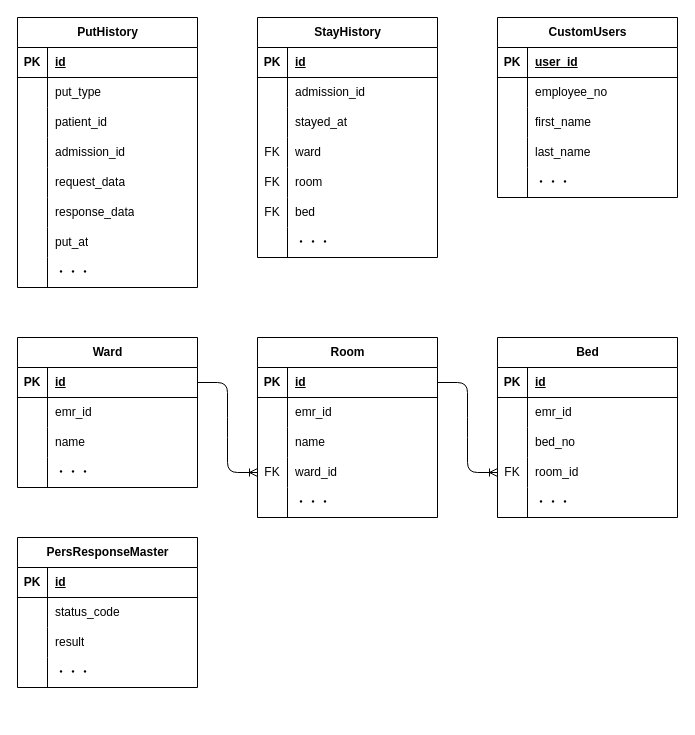
Above: docs/er.dio in yuto-okamura/PERS_api_services (draw.io), before the change. Source tidied: cells renumbered, new cells numbered last; positions are measured from the earlier drawing's top-left corner, leaving out a move shared by most shapes. Both pictures are drawn from the tidied source at 100%, with x=0, y=0 at pixel (17, 17).
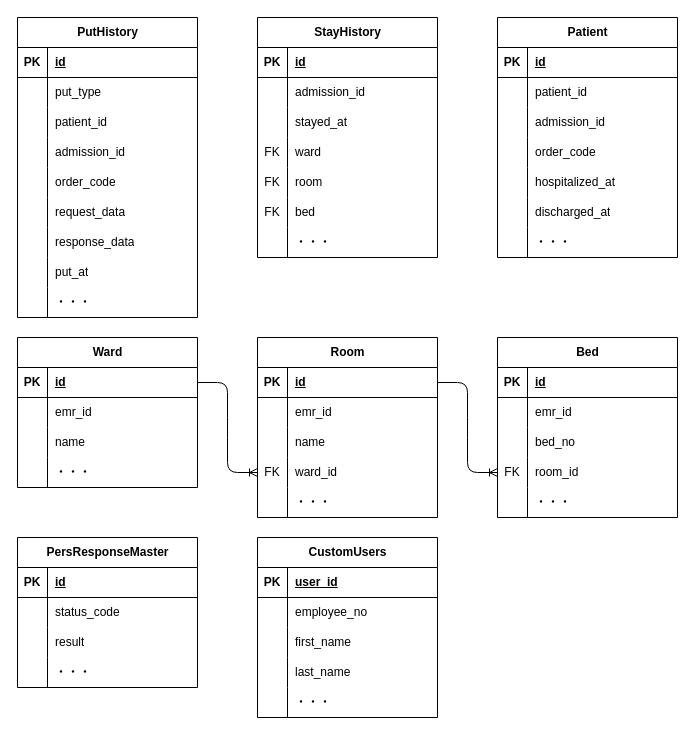
Above is the later version.

The change refers to these unchanged cells:
```xml
<mxCell id="15" style="shape=tableRow;horizontal=0;startSize=0;swimlaneHead=0;swimlaneBody=0;fillColor=none;top=0;left=0;right=0;bottom=0;" parent="2" vertex="1">
  <mxGeometry y="150" width="180" height="30" as="geometry" />
</mxCell>
<mxCell id="18" style="shape=tableRow;horizontal=0;startSize=0;swimlaneHead=0;swimlaneBody=0;fillColor=none;top=0;left=0;right=0;bottom=0;" parent="2" vertex="1">
  <mxGeometry y="180" width="180" height="30" as="geometry" />
</mxCell>
<mxCell id="21" style="shape=tableRow;horizontal=0;startSize=0;swimlaneHead=0;swimlaneBody=0;fillColor=none;top=0;left=0;right=0;bottom=0;" parent="2" vertex="1">
  <mxGeometry y="210" width="180" height="30" as="geometry" />
</mxCell>
<mxCell id="24" style="shape=tableRow;horizontal=0;startSize=0;swimlaneHead=0;swimlaneBody=0;fillColor=none;top=0;left=0;right=0;bottom=0;" parent="2" vertex="1">
  <mxGeometry y="240" width="180" height="30" as="geometry" />
</mxCell>
```

The edit, as a diff of the source:
```diff
@@
     <mxCell id="2" value="PutHistory" style="shape=table;startSize=30;childLayout=tableLayout;rowLines=0;fontStyle=1;align=center;html=1;" parent="1" vertex="1">
-      <mxGeometry width="180" height="270" as="geometry" />
+      <mxGeometry width="180" height="300" as="geometry" />
     </mxCell>
@@
-    <mxCell id="17" value="request_data" style="shape=partialRectangle;fillColor=none;top=0;left=0;bottom=0;right=0;align=left;spacingLeft=6;overflow=hidden;whiteSpace=wrap;html=1;" parent="15" vertex="1">
+    <mxCell id="17" value="order_code" style="shape=partialRectangle;fillColor=none;top=0;left=0;bottom=0;right=0;align=left;spacingLeft=6;overflow=hidden;whiteSpace=wrap;html=1;" parent="15" vertex="1">
       <mxGeometry x="30" width="150" height="30" as="geometry" />
     </mxCell>
@@
-    <mxCell id="20" value="response_data" style="shape=partialRectangle;fillColor=none;top=0;left=0;bottom=0;right=0;align=left;spacingLeft=6;overflow=hidden;whiteSpace=wrap;html=1;" parent="18" vertex="1">
+    <mxCell id="20" value="request_data" style="shape=partialRectangle;fillColor=none;top=0;left=0;bottom=0;right=0;align=left;spacingLeft=6;overflow=hidden;whiteSpace=wrap;html=1;" parent="18" vertex="1">
       <mxGeometry x="30" width="150" height="30" as="geometry" />
     </mxCell>
@@
-    <mxCell id="23" value="put_at" style="shape=partialRectangle;fillColor=none;top=0;left=0;bottom=0;right=0;align=left;spacingLeft=6;overflow=hidden;whiteSpace=wrap;html=1;" parent="21" vertex="1">
+    <mxCell id="23" value="response_data" style="shape=partialRectangle;fillColor=none;top=0;left=0;bottom=0;right=0;align=left;spacingLeft=6;overflow=hidden;whiteSpace=wrap;html=1;" parent="21" vertex="1">
       <mxGeometry x="30" width="150" height="30" as="geometry" />
     </mxCell>
@@
-    <mxCell id="26" value="・・・" style="shape=partialRectangle;fillColor=none;top=0;left=0;bottom=0;right=0;align=left;spacingLeft=6;overflow=hidden;whiteSpace=wrap;html=1;" parent="24" vertex="1">
+    <mxCell id="26" value="put_at" style="shape=partialRectangle;fillColor=none;top=0;left=0;bottom=0;right=0;align=left;spacingLeft=6;overflow=hidden;whiteSpace=wrap;html=1;" parent="24" vertex="1">
       <mxGeometry x="30" width="150" height="30" as="geometry" />
     </mxCell>
+    <mxCell id="125" style="shape=tableRow;horizontal=0;startSize=0;swimlaneHead=0;swimlaneBody=0;fillColor=none;top=0;left=0;right=0;bottom=0;" parent="2" vertex="1">
+      <mxGeometry y="270" width="180" height="30" as="geometry" />
+    </mxCell>
+    <mxCell id="126" style="shape=partialRectangle;fillColor=none;top=0;left=0;bottom=0;right=0;overflow=hidden;whiteSpace=wrap;html=1;" parent="125" vertex="1">
+      <mxGeometry width="30" height="30" as="geometry" />
+    </mxCell>
+    <mxCell id="127" value="・・・" style="shape=partialRectangle;fillColor=none;top=0;left=0;bottom=0;right=0;align=left;spacingLeft=6;overflow=hidden;whiteSpace=wrap;html=1;" parent="125" vertex="1">
+      <mxGeometry x="30" width="150" height="30" as="geometry" />
+    </mxCell>
@@
     <mxCell id="49" value="CustomUsers" style="shape=table;startSize=30;childLayout=tableLayout;rowLines=0;fontStyle=1;align=center;html=1;" parent="1" vertex="1">
-      <mxGeometry x="480" width="180" height="180" as="geometry" />
+      <mxGeometry x="240" y="520" width="180" height="180" as="geometry" />
     </mxCell>
@@
+    <mxCell id="128" value="Patient" style="shape=table;startSize=30;childLayout=tableLayout;rowLines=0;fontStyle=1;align=center;html=1;" parent="1" vertex="1">
+      <mxGeometry x="480" width="180" height="240" as="geometry" />
+    </mxCell>
+    <mxCell id="129" style="shape=tableRow;horizontal=0;startSize=0;swimlaneHead=0;swimlaneBody=0;fillColor=none;top=0;left=0;right=0;bottom=1;" parent="128" vertex="1">
+      <mxGeometry y="30" width="180" height="30" as="geometry" />
+    </mxCell>
+    <mxCell id="130" value="PK" style="shape=partialRectangle;fillColor=none;top=0;left=0;bottom=0;right=0;fontStyle=1;overflow=hidden;whiteSpace=wrap;html=1;" parent="129" vertex="1">
+      <mxGeometry width="30" height="30" as="geometry" />
+    </mxCell>
+    <mxCell id="131" value="id" style="shape=partialRectangle;fillColor=none;top=0;left=0;bottom=0;right=0;align=left;spacingLeft=6;fontStyle=5;overflow=hidden;whiteSpace=wrap;html=1;" parent="129" vertex="1">
+      <mxGeometry x="30" width="150" height="30" as="geometry" />
+    </mxCell>
+    <mxCell id="132" style="shape=tableRow;horizontal=0;startSize=0;swimlaneHead=0;swimlaneBody=0;fillColor=none;top=0;left=0;right=0;bottom=0;" parent="128" vertex="1">
+      <mxGeometry y="60" width="180" height="30" as="geometry" />
+    </mxCell>
+    <mxCell id="133" style="shape=partialRectangle;fillColor=none;top=0;left=0;bottom=0;right=0;overflow=hidden;whiteSpace=wrap;html=1;" parent="132" vertex="1">
+      <mxGeometry width="30" height="30" as="geometry" />
+    </mxCell>
+    <mxCell id="134" value="patient_id" style="shape=partialRectangle;fillColor=none;top=0;left=0;bottom=0;right=0;align=left;spacingLeft=6;overflow=hidden;whiteSpace=wrap;html=1;" parent="132" vertex="1">
+      <mxGeometry x="30" width="150" height="30" as="geometry" />
+    </mxCell>
+    <mxCell id="135" style="shape=tableRow;horizontal=0;startSize=0;swimlaneHead=0;swimlaneBody=0;fillColor=none;top=0;left=0;right=0;bottom=0;" parent="128" vertex="1">
+      <mxGeometry y="90" width="180" height="30" as="geometry" />
+    </mxCell>
+    <mxCell id="136" style="shape=partialRectangle;fillColor=none;top=0;left=0;bottom=0;right=0;overflow=hidden;whiteSpace=wrap;html=1;" parent="135" vertex="1">
+      <mxGeometry width="30" height="30" as="geometry" />
+    </mxCell>
+    <mxCell id="137" value="admission_id" style="shape=partialRectangle;fillColor=none;top=0;left=0;bottom=0;right=0;align=left;spacingLeft=6;overflow=hidden;whiteSpace=wrap;html=1;" parent="135" vertex="1">
+      <mxGeometry x="30" width="150" height="30" as="geometry" />
+    </mxCell>
+    <mxCell id="138" style="shape=tableRow;horizontal=0;startSize=0;swimlaneHead=0;swimlaneBody=0;fillColor=none;top=0;left=0;right=0;bottom=0;" parent="128" vertex="1">
+      <mxGeometry y="120" width="180" height="30" as="geometry" />
+    </mxCell>
+    <mxCell id="139" style="shape=partialRectangle;fillColor=none;top=0;left=0;bottom=0;right=0;overflow=hidden;whiteSpace=wrap;html=1;" parent="138" vertex="1">
+      <mxGeometry width="30" height="30" as="geometry" />
+    </mxCell>
+    <mxCell id="140" value="order_code" style="shape=partialRectangle;fillColor=none;top=0;left=0;bottom=0;right=0;align=left;spacingLeft=6;overflow=hidden;whiteSpace=wrap;html=1;" parent="138" vertex="1">
+      <mxGeometry x="30" width="150" height="30" as="geometry" />
+    </mxCell>
+    <mxCell id="141" style="shape=tableRow;horizontal=0;startSize=0;swimlaneHead=0;swimlaneBody=0;fillColor=none;top=0;left=0;right=0;bottom=0;" parent="128" vertex="1">
+      <mxGeometry y="150" width="180" height="30" as="geometry" />
+    </mxCell>
+    <mxCell id="142" style="shape=partialRectangle;fillColor=none;top=0;left=0;bottom=0;right=0;overflow=hidden;whiteSpace=wrap;html=1;" parent="141" vertex="1">
+      <mxGeometry width="30" height="30" as="geometry" />
+    </mxCell>
+    <mxCell id="143" value="hospitalized_at" style="shape=partialRectangle;fillColor=none;top=0;left=0;bottom=0;right=0;align=left;spacingLeft=6;overflow=hidden;whiteSpace=wrap;html=1;" parent="141" vertex="1">
+      <mxGeometry x="30" width="150" height="30" as="geometry" />
+    </mxCell>
+    <mxCell id="144" style="shape=tableRow;horizontal=0;startSize=0;swimlaneHead=0;swimlaneBody=0;fillColor=none;top=0;left=0;right=0;bottom=0;" parent="128" vertex="1">
+      <mxGeometry y="180" width="180" height="30" as="geometry" />
+    </mxCell>
+    <mxCell id="145" style="shape=partialRectangle;fillColor=none;top=0;left=0;bottom=0;right=0;overflow=hidden;whiteSpace=wrap;html=1;" parent="144" vertex="1">
+      <mxGeometry width="30" height="30" as="geometry" />
+    </mxCell>
+    <mxCell id="146" value="discharged_at" style="shape=partialRectangle;fillColor=none;top=0;left=0;bottom=0;right=0;align=left;spacingLeft=6;overflow=hidden;whiteSpace=wrap;html=1;" parent="144" vertex="1">
+      <mxGeometry x="30" width="150" height="30" as="geometry" />
+    </mxCell>
+    <mxCell id="147" style="shape=tableRow;horizontal=0;startSize=0;swimlaneHead=0;swimlaneBody=0;fillColor=none;top=0;left=0;right=0;bottom=0;" parent="128" vertex="1">
+      <mxGeometry y="210" width="180" height="30" as="geometry" />
+    </mxCell>
+    <mxCell id="148" style="shape=partialRectangle;fillColor=none;top=0;left=0;bottom=0;right=0;overflow=hidden;whiteSpace=wrap;html=1;" parent="147" vertex="1">
+      <mxGeometry width="30" height="30" as="geometry" />
+    </mxCell>
+    <mxCell id="149" value="・・・" style="shape=partialRectangle;fillColor=none;top=0;left=0;bottom=0;right=0;align=left;spacingLeft=6;overflow=hidden;whiteSpace=wrap;html=1;" parent="147" vertex="1">
+      <mxGeometry x="30" width="150" height="30" as="geometry" />
+    </mxCell>
```
